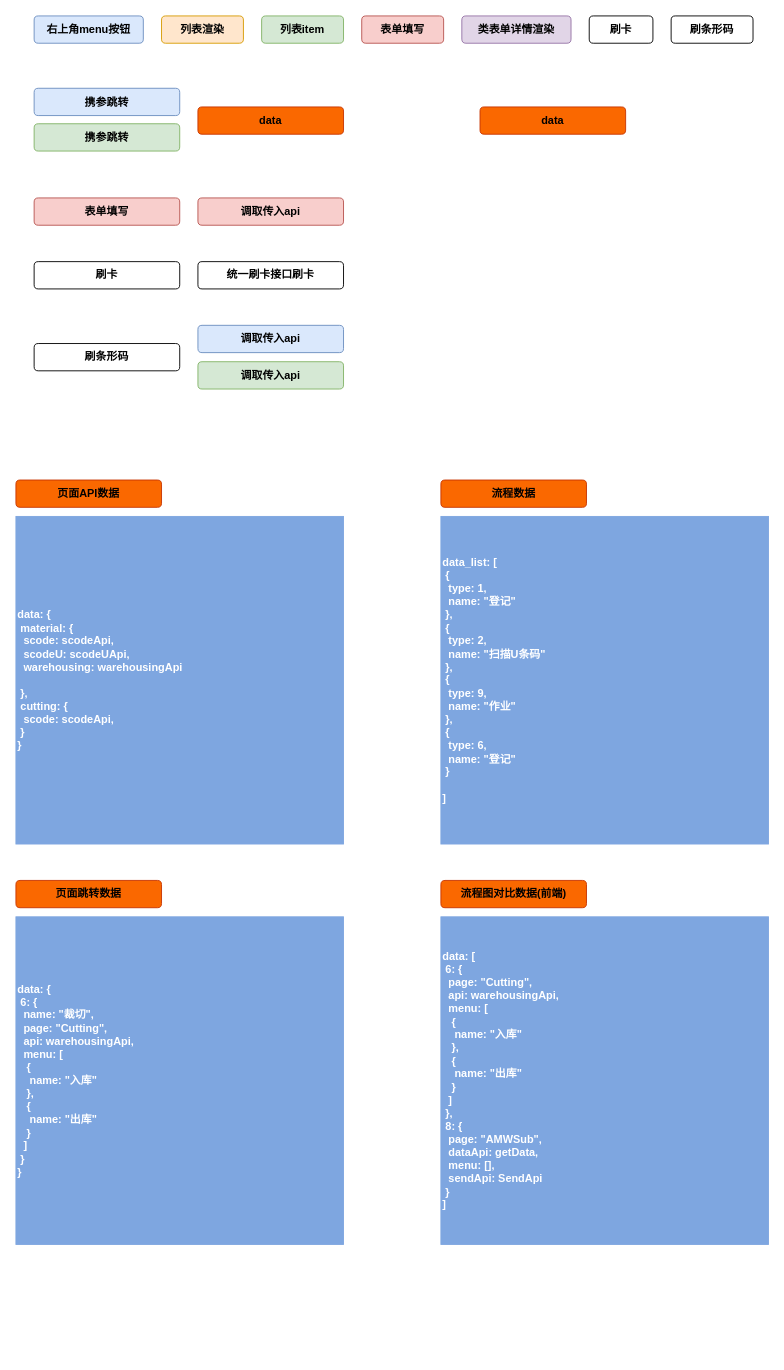
Above: page "第 2 页" (2 of 4) of Untitled Diagram.drawio in RuGxxx/Rug_home_Django (draw.io), before the change. Source tidied: cells renumbered, new cells numbered last; positions are measured from the earlier drawing's top-left corner, leaving out a move shared by most shapes. Both pictures are drawn from the tidied source at 91%, with x=0, y=0 at pixel (15, 15).
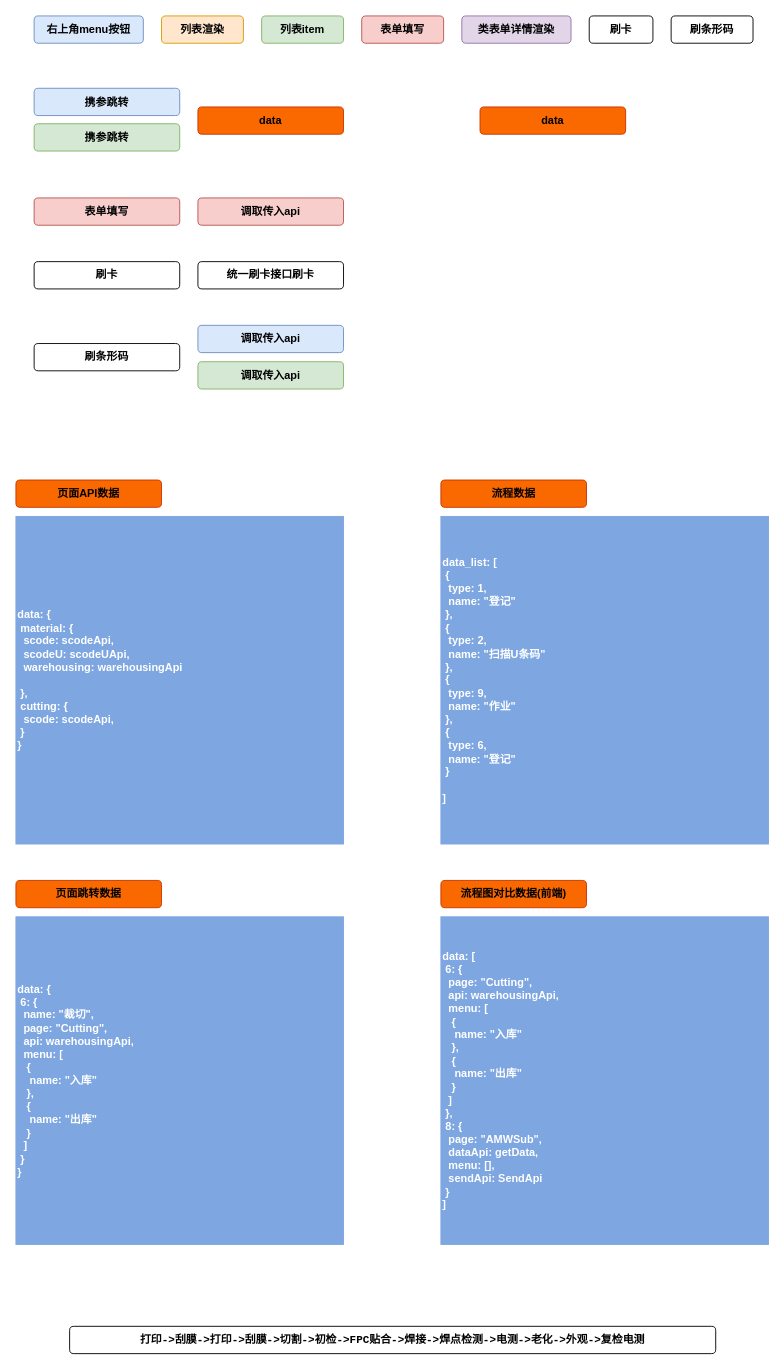
The same diagram, later.

The edit, as a diff of the source:
```diff
@@
+    <mxCell id="28" value="&lt;span style=&quot;font-family: &amp;#34;consolas&amp;#34; , &amp;#34;lucida console&amp;#34; , &amp;#34;courier new&amp;#34; , monospace ; text-align: left&quot;&gt;打印-&amp;gt;刮膜-&amp;gt;打印-&amp;gt;刮膜-&amp;gt;切割-&amp;gt;初检-&amp;gt;FPC贴合-&amp;gt;焊接-&amp;gt;焊点检测-&amp;gt;电测-&amp;gt;老化-&amp;gt;外观-&amp;gt;复检电测&lt;/span&gt;" style="rounded=1;whiteSpace=wrap;html=1;labelBackgroundColor=none;fontStyle=1;" parent="1" vertex="1">
+      <mxGeometry x="59" y="1440" width="710" height="30" as="geometry" />
+    </mxCell>
```
